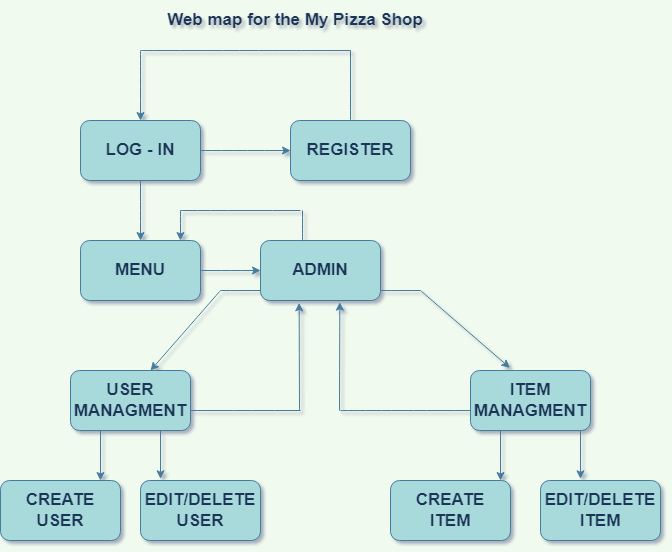
Earlier version of the draw.io export documentation/web map.png (kristina-sh/webprog-pizza-rest). Source tidied: cells renumbered, new cells last; positions are measured from the earlier drawing's top-left corner, leaving out a move shared by most shapes. The source it was exported from:
```xml
<mxGraphModel background="#F1FAEE" shadow="1">
  <root>
    <mxCell id="0" />
    <mxCell id="1" parent="0" />
    <mxCell id="2" value="&lt;span style=&quot;font-size: 17px;&quot;&gt;&lt;b&gt;LOG - IN&lt;/b&gt;&lt;/span&gt;" style="rounded=1;whiteSpace=wrap;html=1;fillColor=#A8DADC;strokeColor=#457B9D;fontColor=#1D3557;" parent="1" vertex="1">
      <mxGeometry x="80" y="120" width="120" height="60" as="geometry" />
    </mxCell>
    <mxCell id="3" value="&lt;font style=&quot;font-size: 17px;&quot;&gt;&lt;b&gt;Web map for the My Pizza Shop&lt;/b&gt;&lt;/font&gt;" style="text;html=1;strokeColor=none;fillColor=none;align=center;verticalAlign=middle;whiteSpace=wrap;rounded=1;fontColor=#1D3557;" parent="1" vertex="1">
      <mxGeometry x="100" width="390" height="40" as="geometry" />
    </mxCell>
    <mxCell id="4" value="REGISTER" style="rounded=1;whiteSpace=wrap;html=1;fontSize=17;fillColor=#A8DADC;strokeColor=#457B9D;fontStyle=1;fontColor=#1D3557;" parent="1" vertex="1">
      <mxGeometry x="290" y="120" width="120" height="60" as="geometry" />
    </mxCell>
    <mxCell id="5" value="MENU" style="rounded=1;whiteSpace=wrap;html=1;fontSize=17;fillColor=#A8DADC;strokeColor=#457B9D;fontStyle=1;fontColor=#1D3557;" parent="1" vertex="1">
      <mxGeometry x="80" y="240" width="120" height="60" as="geometry" />
    </mxCell>
    <mxCell id="6" value="ADMIN" style="rounded=1;whiteSpace=wrap;html=1;fontSize=17;fillColor=#A8DADC;strokeColor=#457B9D;fontStyle=1;fontColor=#1D3557;" parent="1" vertex="1">
      <mxGeometry x="260" y="240" width="120" height="60" as="geometry" />
    </mxCell>
    <mxCell id="7" value="USER MANAGMENT" style="rounded=1;whiteSpace=wrap;html=1;fontSize=17;fillColor=#A8DADC;strokeColor=#457B9D;fontStyle=1;fontColor=#1D3557;" parent="1" vertex="1">
      <mxGeometry x="70" y="370" width="120" height="60" as="geometry" />
    </mxCell>
    <mxCell id="8" value="ITEM MANAGMENT" style="rounded=1;whiteSpace=wrap;html=1;fontSize=17;fillColor=#A8DADC;strokeColor=#457B9D;fontStyle=1;fontColor=#1D3557;" parent="1" vertex="1">
      <mxGeometry x="470" y="370" width="120" height="60" as="geometry" />
    </mxCell>
    <mxCell id="9" style="endArrow=classic;html=1;rounded=1;fontSize=17;exitX=1;exitY=0.5;exitDx=0;exitDy=0;entryX=0;entryY=0.5;entryDx=0;entryDy=0;curved=1;labelBackgroundColor=#F1FAEE;strokeColor=#457B9D;fontColor=#1D3557;" parent="1" edge="1" source="2" target="4">
      <mxGeometry relative="1" as="geometry" />
    </mxCell>
    <mxCell id="10" style="endArrow=classic;html=1;rounded=1;fontSize=17;exitX=0.5;exitY=1;exitDx=0;exitDy=0;entryX=0.5;entryY=0;entryDx=0;entryDy=0;curved=1;labelBackgroundColor=#F1FAEE;strokeColor=#457B9D;fontColor=#1D3557;" parent="1" edge="1" source="2" target="5">
      <mxGeometry relative="1" as="geometry" />
    </mxCell>
    <mxCell id="11" style="endArrow=none;html=1;rounded=1;fontSize=17;exitX=0.5;exitY=0;exitDx=0;exitDy=0;curved=1;labelBackgroundColor=#F1FAEE;strokeColor=#457B9D;fontColor=#1D3557;" parent="1" edge="1" source="4">
      <mxGeometry relative="1" as="geometry">
        <mxPoint x="350" y="50" as="targetPoint" />
      </mxGeometry>
    </mxCell>
    <mxCell id="12" style="endArrow=none;html=1;rounded=1;fontSize=17;curved=1;labelBackgroundColor=#F1FAEE;strokeColor=#457B9D;fontColor=#1D3557;" parent="1" edge="1">
      <mxGeometry relative="1" as="geometry">
        <mxPoint x="140" y="50" as="sourcePoint" />
        <mxPoint x="350" y="50" as="targetPoint" />
      </mxGeometry>
    </mxCell>
    <mxCell id="13" style="endArrow=classic;html=1;rounded=1;fontSize=17;entryX=0.5;entryY=0;entryDx=0;entryDy=0;curved=1;labelBackgroundColor=#F1FAEE;strokeColor=#457B9D;fontColor=#1D3557;" parent="1" edge="1" target="2">
      <mxGeometry relative="1" as="geometry">
        <mxPoint x="140" y="50" as="sourcePoint" />
      </mxGeometry>
    </mxCell>
    <mxCell id="14" style="endArrow=classic;html=1;rounded=1;fontSize=17;exitX=1;exitY=0.5;exitDx=0;exitDy=0;entryX=0;entryY=0.5;entryDx=0;entryDy=0;curved=1;labelBackgroundColor=#F1FAEE;strokeColor=#457B9D;fontColor=#1D3557;" parent="1" edge="1" source="5" target="6">
      <mxGeometry relative="1" as="geometry" />
    </mxCell>
    <mxCell id="15" style="endArrow=classic;html=1;rounded=1;fontSize=17;entryX=0.328;entryY=-0.044;entryDx=0;entryDy=0;entryPerimeter=0;curved=1;labelBackgroundColor=#F1FAEE;strokeColor=#457B9D;fontColor=#1D3557;" parent="1" edge="1" target="8">
      <mxGeometry relative="1" as="geometry">
        <mxPoint x="420" y="290" as="sourcePoint" />
      </mxGeometry>
    </mxCell>
    <mxCell id="16" style="endArrow=none;html=1;rounded=1;fontSize=17;curved=1;labelBackgroundColor=#F1FAEE;strokeColor=#457B9D;fontColor=#1D3557;" parent="1" edge="1">
      <mxGeometry relative="1" as="geometry">
        <mxPoint x="380" y="290" as="sourcePoint" />
        <mxPoint x="420" y="290" as="targetPoint" />
      </mxGeometry>
    </mxCell>
    <mxCell id="17" style="endArrow=classic;html=1;rounded=1;fontSize=17;entryX=0.667;entryY=0;entryDx=0;entryDy=0;entryPerimeter=0;curved=1;labelBackgroundColor=#F1FAEE;strokeColor=#457B9D;fontColor=#1D3557;" parent="1" edge="1" target="7">
      <mxGeometry relative="1" as="geometry">
        <mxPoint x="220" y="290" as="sourcePoint" />
      </mxGeometry>
    </mxCell>
    <mxCell id="18" style="endArrow=none;html=1;rounded=1;fontSize=17;curved=1;labelBackgroundColor=#F1FAEE;strokeColor=#457B9D;fontColor=#1D3557;" parent="1" edge="1">
      <mxGeometry relative="1" as="geometry">
        <mxPoint x="220" y="290" as="sourcePoint" />
        <mxPoint x="260" y="290" as="targetPoint" />
      </mxGeometry>
    </mxCell>
    <mxCell id="19" style="endArrow=none;html=1;rounded=1;fontSize=17;exitX=0.35;exitY=0.011;exitDx=0;exitDy=0;exitPerimeter=0;curved=1;labelBackgroundColor=#F1FAEE;strokeColor=#457B9D;fontColor=#1D3557;" parent="1" edge="1" source="6">
      <mxGeometry relative="1" as="geometry">
        <mxPoint x="302" y="210" as="targetPoint" />
      </mxGeometry>
    </mxCell>
    <mxCell id="20" style="endArrow=none;html=1;rounded=1;fontSize=17;curved=1;labelBackgroundColor=#F1FAEE;strokeColor=#457B9D;fontColor=#1D3557;" parent="1" edge="1">
      <mxGeometry relative="1" as="geometry">
        <mxPoint x="180" y="210" as="sourcePoint" />
        <mxPoint x="300" y="210" as="targetPoint" />
      </mxGeometry>
    </mxCell>
    <mxCell id="21" style="endArrow=classic;html=1;rounded=1;fontSize=17;entryX=0.833;entryY=0;entryDx=0;entryDy=0;entryPerimeter=0;curved=1;labelBackgroundColor=#F1FAEE;strokeColor=#457B9D;fontColor=#1D3557;" parent="1" edge="1" target="5">
      <mxGeometry relative="1" as="geometry">
        <mxPoint x="180" y="210" as="sourcePoint" />
      </mxGeometry>
    </mxCell>
    <mxCell id="22" style="endArrow=classic;html=1;rounded=1;fontSize=17;entryX=0.322;entryY=1.039;entryDx=0;entryDy=0;entryPerimeter=0;curved=1;labelBackgroundColor=#F1FAEE;strokeColor=#457B9D;fontColor=#1D3557;" parent="1" edge="1" target="6">
      <mxGeometry relative="1" as="geometry">
        <mxPoint x="299" y="410" as="sourcePoint" />
      </mxGeometry>
    </mxCell>
    <mxCell id="23" style="endArrow=none;html=1;rounded=1;fontSize=17;curved=1;labelBackgroundColor=#F1FAEE;strokeColor=#457B9D;fontColor=#1D3557;" parent="1" edge="1">
      <mxGeometry relative="1" as="geometry">
        <mxPoint x="340" y="410" as="sourcePoint" />
        <mxPoint x="470" y="410" as="targetPoint" />
      </mxGeometry>
    </mxCell>
    <mxCell id="24" style="endArrow=classic;html=1;rounded=1;fontSize=17;entryX=0.661;entryY=1.028;entryDx=0;entryDy=0;entryPerimeter=0;curved=1;labelBackgroundColor=#F1FAEE;strokeColor=#457B9D;fontColor=#1D3557;" parent="1" edge="1" target="6">
      <mxGeometry relative="1" as="geometry">
        <mxPoint x="339" y="410" as="sourcePoint" />
      </mxGeometry>
    </mxCell>
    <mxCell id="25" style="endArrow=none;html=1;rounded=1;fontSize=17;curved=1;labelBackgroundColor=#F1FAEE;strokeColor=#457B9D;fontColor=#1D3557;" parent="1" edge="1">
      <mxGeometry relative="1" as="geometry">
        <mxPoint x="190" y="410" as="sourcePoint" />
        <mxPoint x="300" y="410" as="targetPoint" />
      </mxGeometry>
    </mxCell>
    <mxCell id="26" value="CREATE&lt;br&gt;USER" style="rounded=1;whiteSpace=wrap;html=1;fontSize=17;fillColor=#A8DADC;strokeColor=#457B9D;fontStyle=1;fontColor=#1D3557;" parent="1" vertex="1">
      <mxGeometry y="480" width="120" height="60" as="geometry" />
    </mxCell>
    <mxCell id="27" value="EDIT/DELETE&lt;br&gt;USER" style="rounded=1;whiteSpace=wrap;html=1;fontSize=17;fillColor=#A8DADC;strokeColor=#457B9D;fontStyle=1;fontColor=#1D3557;" parent="1" vertex="1">
      <mxGeometry x="140" y="480" width="120" height="60" as="geometry" />
    </mxCell>
    <mxCell id="28" value="CREATE&lt;br&gt;ITEM" style="rounded=1;whiteSpace=wrap;html=1;fontSize=17;fillColor=#A8DADC;strokeColor=#457B9D;fontStyle=1;fontColor=#1D3557;" parent="1" vertex="1">
      <mxGeometry x="390" y="480" width="120" height="60" as="geometry" />
    </mxCell>
    <mxCell id="29" value="EDIT/DELETE&lt;br&gt;ITEM" style="rounded=1;whiteSpace=wrap;html=1;fontSize=17;fillColor=#A8DADC;strokeColor=#457B9D;fontStyle=1;fontColor=#1D3557;" parent="1" vertex="1">
      <mxGeometry x="540" y="480" width="120" height="60" as="geometry" />
    </mxCell>
    <mxCell id="30" style="endArrow=classic;html=1;rounded=0;strokeColor=#457B9D;fontColor=#1D3557;fillColor=#A8DADC;exitX=0.25;exitY=1;exitDx=0;exitDy=0;entryX=0.833;entryY=0;entryDx=0;entryDy=0;entryPerimeter=0;" parent="1" edge="1" source="7" target="26">
      <mxGeometry relative="1" as="geometry" />
    </mxCell>
    <mxCell id="31" style="endArrow=classic;html=1;rounded=0;strokeColor=#457B9D;fontColor=#1D3557;fillColor=#A8DADC;exitX=0.75;exitY=1;exitDx=0;exitDy=0;entryX=0.167;entryY=-0.028;entryDx=0;entryDy=0;entryPerimeter=0;" parent="1" edge="1" source="7" target="27">
      <mxGeometry relative="1" as="geometry" />
    </mxCell>
    <mxCell id="32" style="endArrow=classic;html=1;rounded=0;strokeColor=#457B9D;fontColor=#1D3557;fillColor=#A8DADC;exitX=0.25;exitY=1;exitDx=0;exitDy=0;entryX=0.917;entryY=0;entryDx=0;entryDy=0;entryPerimeter=0;" parent="1" edge="1" source="8" target="28">
      <mxGeometry relative="1" as="geometry" />
    </mxCell>
    <mxCell id="33" style="endArrow=classic;html=1;rounded=0;strokeColor=#457B9D;fontColor=#1D3557;fillColor=#A8DADC;entryX=0.333;entryY=-0.028;entryDx=0;entryDy=0;entryPerimeter=0;" parent="1" edge="1" target="29">
      <mxGeometry relative="1" as="geometry">
        <mxPoint x="580" y="430" as="sourcePoint" />
      </mxGeometry>
    </mxCell>
  </root>
</mxGraphModel>
```
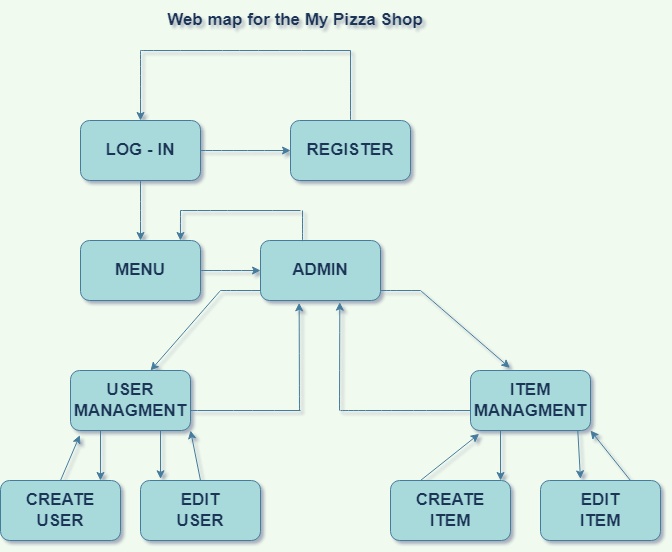
The same diagram one commit later.

What changed in the source:
```diff
@@ -111,28 +111,38 @@
     <mxCell id="26" value="CREATE&lt;br&gt;USER" style="rounded=1;whiteSpace=wrap;html=1;fontSize=17;fillColor=#A8DADC;strokeColor=#457B9D;fontStyle=1;fontColor=#1D3557;" parent="1" vertex="1">
       <mxGeometry y="480" width="120" height="60" as="geometry" />
     </mxCell>
-    <mxCell id="27" value="EDIT/DELETE&lt;br&gt;USER" style="rounded=1;whiteSpace=wrap;html=1;fontSize=17;fillColor=#A8DADC;strokeColor=#457B9D;fontStyle=1;fontColor=#1D3557;" parent="1" vertex="1">
+    <mxCell id="27" value="EDIT&lt;br&gt;USER" style="rounded=1;whiteSpace=wrap;html=1;fontSize=17;fillColor=#A8DADC;strokeColor=#457B9D;fontStyle=1;fontColor=#1D3557;" parent="1" vertex="1">
       <mxGeometry x="140" y="480" width="120" height="60" as="geometry" />
     </mxCell>
     <mxCell id="28" value="CREATE&lt;br&gt;ITEM" style="rounded=1;whiteSpace=wrap;html=1;fontSize=17;fillColor=#A8DADC;strokeColor=#457B9D;fontStyle=1;fontColor=#1D3557;" parent="1" vertex="1">
       <mxGeometry x="390" y="480" width="120" height="60" as="geometry" />
     </mxCell>
-    <mxCell id="29" value="EDIT/DELETE&lt;br&gt;ITEM" style="rounded=1;whiteSpace=wrap;html=1;fontSize=17;fillColor=#A8DADC;strokeColor=#457B9D;fontStyle=1;fontColor=#1D3557;" parent="1" vertex="1">
+    <mxCell id="29" value="EDIT&lt;br&gt;ITEM" style="rounded=1;whiteSpace=wrap;html=1;fontSize=17;fillColor=#A8DADC;strokeColor=#457B9D;fontStyle=1;fontColor=#1D3557;" parent="1" vertex="1">
       <mxGeometry x="540" y="480" width="120" height="60" as="geometry" />
     </mxCell>
-    <mxCell id="30" style="endArrow=classic;html=1;rounded=0;strokeColor=#457B9D;fontColor=#1D3557;fillColor=#A8DADC;exitX=0.25;exitY=1;exitDx=0;exitDy=0;entryX=0.833;entryY=0;entryDx=0;entryDy=0;entryPerimeter=0;" parent="1" edge="1" source="7" target="26">
+    <mxCell id="30" style="endArrow=classic;html=1;rounded=0;strokeColor=#457B9D;fontColor=#1D3557;fillColor=#A8DADC;exitX=0.25;exitY=1;exitDx=0;exitDy=0;entryX=0.833;entryY=0;entryDx=0;entryDy=0;entryPerimeter=0;labelBackgroundColor=#F1FAEE;" parent="1" edge="1" source="7" target="26">
       <mxGeometry relative="1" as="geometry" />
     </mxCell>
-    <mxCell id="31" style="endArrow=classic;html=1;rounded=0;strokeColor=#457B9D;fontColor=#1D3557;fillColor=#A8DADC;exitX=0.75;exitY=1;exitDx=0;exitDy=0;entryX=0.167;entryY=-0.028;entryDx=0;entryDy=0;entryPerimeter=0;" parent="1" edge="1" source="7" target="27">
+    <mxCell id="31" style="endArrow=classic;html=1;rounded=0;strokeColor=#457B9D;fontColor=#1D3557;fillColor=#A8DADC;exitX=0.75;exitY=1;exitDx=0;exitDy=0;entryX=0.167;entryY=-0.028;entryDx=0;entryDy=0;entryPerimeter=0;labelBackgroundColor=#F1FAEE;" parent="1" edge="1" source="7" target="27">
       <mxGeometry relative="1" as="geometry" />
     </mxCell>
-    <mxCell id="32" style="endArrow=classic;html=1;rounded=0;strokeColor=#457B9D;fontColor=#1D3557;fillColor=#A8DADC;exitX=0.25;exitY=1;exitDx=0;exitDy=0;entryX=0.917;entryY=0;entryDx=0;entryDy=0;entryPerimeter=0;" parent="1" edge="1" source="8" target="28">
+    <mxCell id="32" style="endArrow=classic;html=1;rounded=0;strokeColor=#457B9D;fontColor=#1D3557;fillColor=#A8DADC;exitX=0.25;exitY=1;exitDx=0;exitDy=0;entryX=0.917;entryY=0;entryDx=0;entryDy=0;entryPerimeter=0;labelBackgroundColor=#F1FAEE;" parent="1" edge="1" source="8" target="28">
       <mxGeometry relative="1" as="geometry" />
     </mxCell>
-    <mxCell id="33" style="endArrow=classic;html=1;rounded=0;strokeColor=#457B9D;fontColor=#1D3557;fillColor=#A8DADC;entryX=0.333;entryY=-0.028;entryDx=0;entryDy=0;entryPerimeter=0;" parent="1" edge="1" target="29">
-      <mxGeometry relative="1" as="geometry">
-        <mxPoint x="580" y="430" as="sourcePoint" />
-      </mxGeometry>
+    <mxCell id="33" style="endArrow=classic;html=1;rounded=0;strokeColor=#457B9D;fontColor=#1D3557;fillColor=#A8DADC;exitX=0.894;exitY=0.994;exitDx=0;exitDy=0;exitPerimeter=0;entryX=0.333;entryY=-0.028;entryDx=0;entryDy=0;entryPerimeter=0;labelBackgroundColor=#F1FAEE;" parent="1" edge="1" source="8" target="29">
+      <mxGeometry relative="1" as="geometry" />
     </mxCell>
+    <mxCell id="34" style="endArrow=classic;html=1;rounded=0;exitX=0.5;exitY=0;exitDx=0;exitDy=0;entryX=0.078;entryY=1.078;entryDx=0;entryDy=0;entryPerimeter=0;labelBackgroundColor=#F1FAEE;strokeColor=#457B9D;fontColor=#1D3557;" parent="1" edge="1" source="26" target="7">
+      <mxGeometry relative="1" as="geometry" />
+    </mxCell>
+    <mxCell id="35" style="endArrow=classic;html=1;rounded=0;exitX=0.5;exitY=0;exitDx=0;exitDy=0;entryX=1;entryY=1;entryDx=0;entryDy=0;labelBackgroundColor=#F1FAEE;strokeColor=#457B9D;fontColor=#1D3557;" parent="1" edge="1" source="27" target="7">
+      <mxGeometry relative="1" as="geometry" />
+    </mxCell>
+    <mxCell id="36" style="endArrow=classic;html=1;rounded=0;exitX=0.25;exitY=0;exitDx=0;exitDy=0;entryX=0.072;entryY=1.056;entryDx=0;entryDy=0;entryPerimeter=0;labelBackgroundColor=#F1FAEE;strokeColor=#457B9D;fontColor=#1D3557;" parent="1" edge="1" source="28" target="8">
+      <mxGeometry relative="1" as="geometry" />
+    </mxCell>
+    <mxCell id="37" style="endArrow=classic;html=1;rounded=0;entryX=1;entryY=1;entryDx=0;entryDy=0;exitX=0.75;exitY=0;exitDx=0;exitDy=0;labelBackgroundColor=#F1FAEE;strokeColor=#457B9D;fontColor=#1D3557;" parent="1" edge="1" source="29" target="8">
+      <mxGeometry relative="1" as="geometry" />
+    </mxCell>
   </root>
 </mxGraphModel>
```
